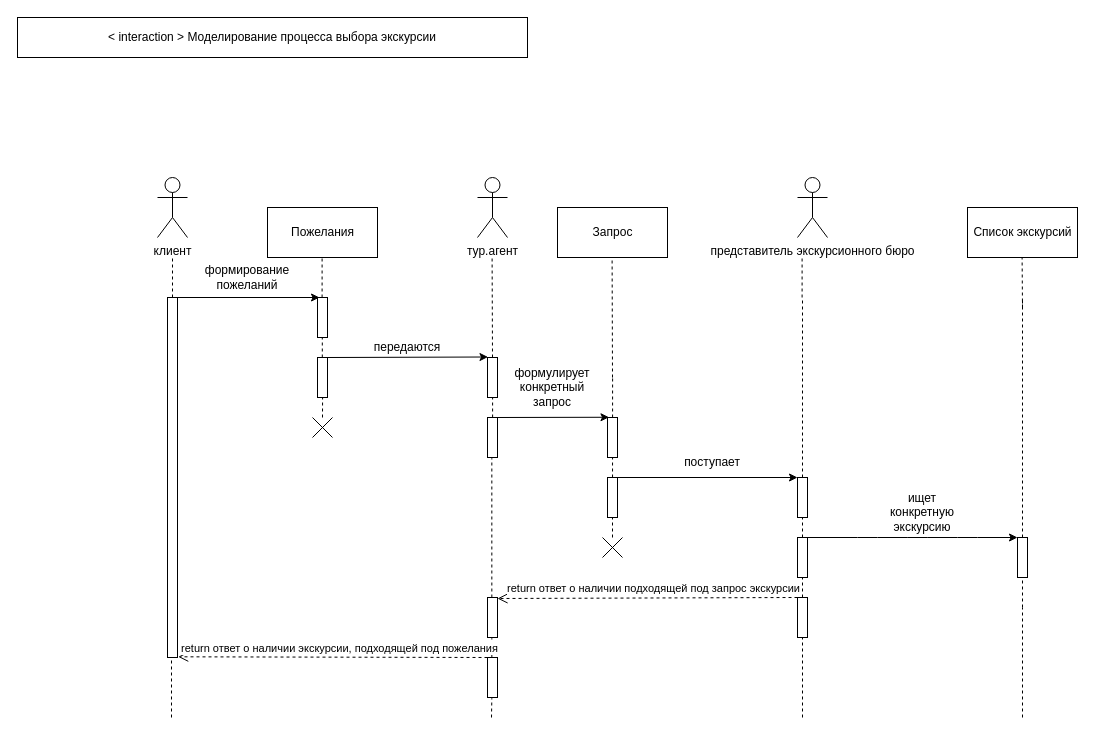
Before: LR5/sequence_diagram_1.drawio in f0rsunka/UML, a draw.io diagram. Source tidied: cells renumbered, new cells numbered last; positions are measured from the earlier drawing's top-left corner, leaving out a move shared by most shapes. Both pictures are drawn from the tidied source at 100%, with x=0, y=0 at pixel (17, 17).
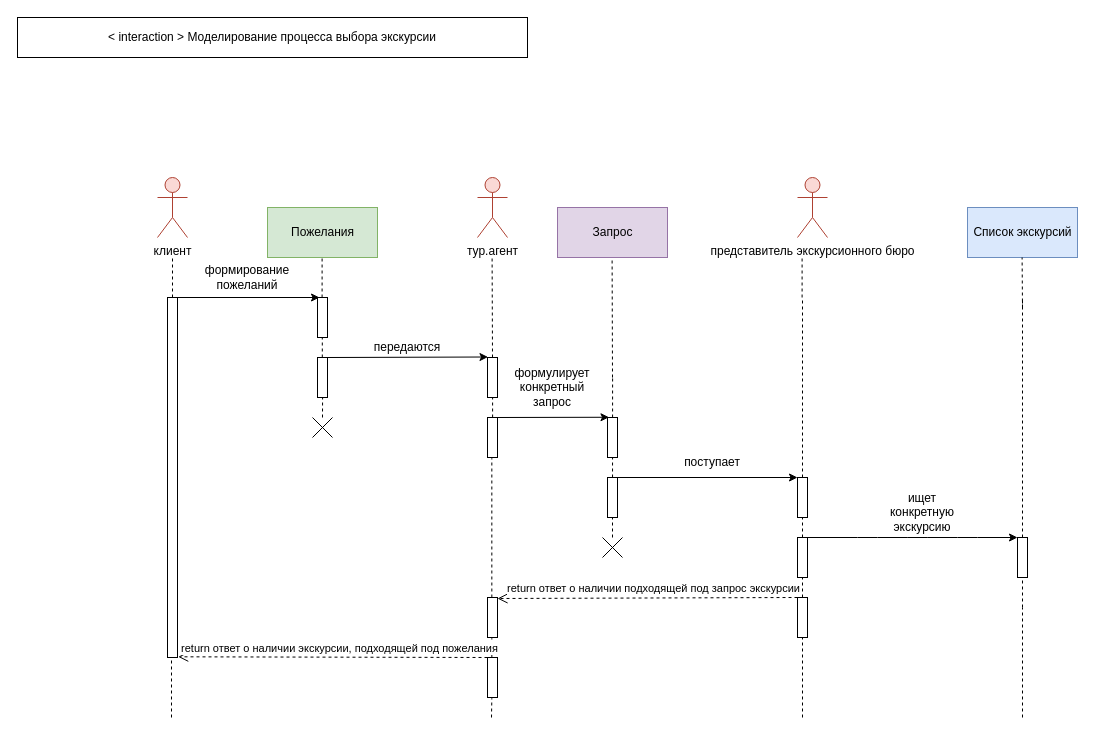
The same page after the edit.

What changed in the source:
```diff
@@
-    <mxCell id="2" value="клиент" style="shape=umlActor;verticalLabelPosition=bottom;labelBackgroundColor=#ffffff;verticalAlign=top;html=1;" parent="1" vertex="1">
+    <mxCell id="2" value="клиент" style="shape=umlActor;verticalLabelPosition=bottom;labelBackgroundColor=#ffffff;verticalAlign=top;html=1;fillColor=#fad9d5;strokeColor=#ae4132;" parent="1" vertex="1">
       <mxGeometry x="140" y="160" width="30" height="60" as="geometry" />
     </mxCell>
-    <mxCell id="3" value="тур.агент" style="shape=umlActor;verticalLabelPosition=bottom;labelBackgroundColor=#ffffff;verticalAlign=top;html=1;" parent="1" vertex="1">
+    <mxCell id="3" value="тур.агент" style="shape=umlActor;verticalLabelPosition=bottom;labelBackgroundColor=#ffffff;verticalAlign=top;html=1;fillColor=#fad9d5;strokeColor=#ae4132;" parent="1" vertex="1">
       <mxGeometry x="460" y="160" width="30" height="60" as="geometry" />
     </mxCell>
-    <mxCell id="4" value="&lt;div&gt;представитель экскурсионного бюро&lt;/div&gt;" style="shape=umlActor;verticalLabelPosition=bottom;labelBackgroundColor=#ffffff;verticalAlign=top;html=1;" parent="1" vertex="1">
+    <mxCell id="4" value="&lt;div&gt;представитель экскурсионного бюро&lt;/div&gt;" style="shape=umlActor;verticalLabelPosition=bottom;labelBackgroundColor=#ffffff;verticalAlign=top;html=1;fillColor=#fad9d5;strokeColor=#ae4132;" parent="1" vertex="1">
       <mxGeometry x="780" y="160" width="30" height="60" as="geometry" />
     </mxCell>
-    <mxCell id="5" value="Пожелания" style="html=1;" parent="1" vertex="1">
+    <mxCell id="5" value="Пожелания" style="html=1;fillColor=#d5e8d4;strokeColor=#82b366;" parent="1" vertex="1">
       <mxGeometry x="250" y="190" width="110" height="50" as="geometry" />
     </mxCell>
-    <mxCell id="6" value="Запрос" style="html=1;" parent="1" vertex="1">
+    <mxCell id="6" value="Запрос" style="html=1;fillColor=#e1d5e7;strokeColor=#9673a6;" parent="1" vertex="1">
       <mxGeometry x="540" y="190" width="110" height="50" as="geometry" />
     </mxCell>
-    <mxCell id="7" value="Список экскурсий" style="html=1;" parent="1" vertex="1">
+    <mxCell id="7" value="Список экскурсий" style="html=1;fillColor=#dae8fc;strokeColor=#6c8ebf;" parent="1" vertex="1">
       <mxGeometry x="950" y="190" width="110" height="50" as="geometry" />
     </mxCell>
```
